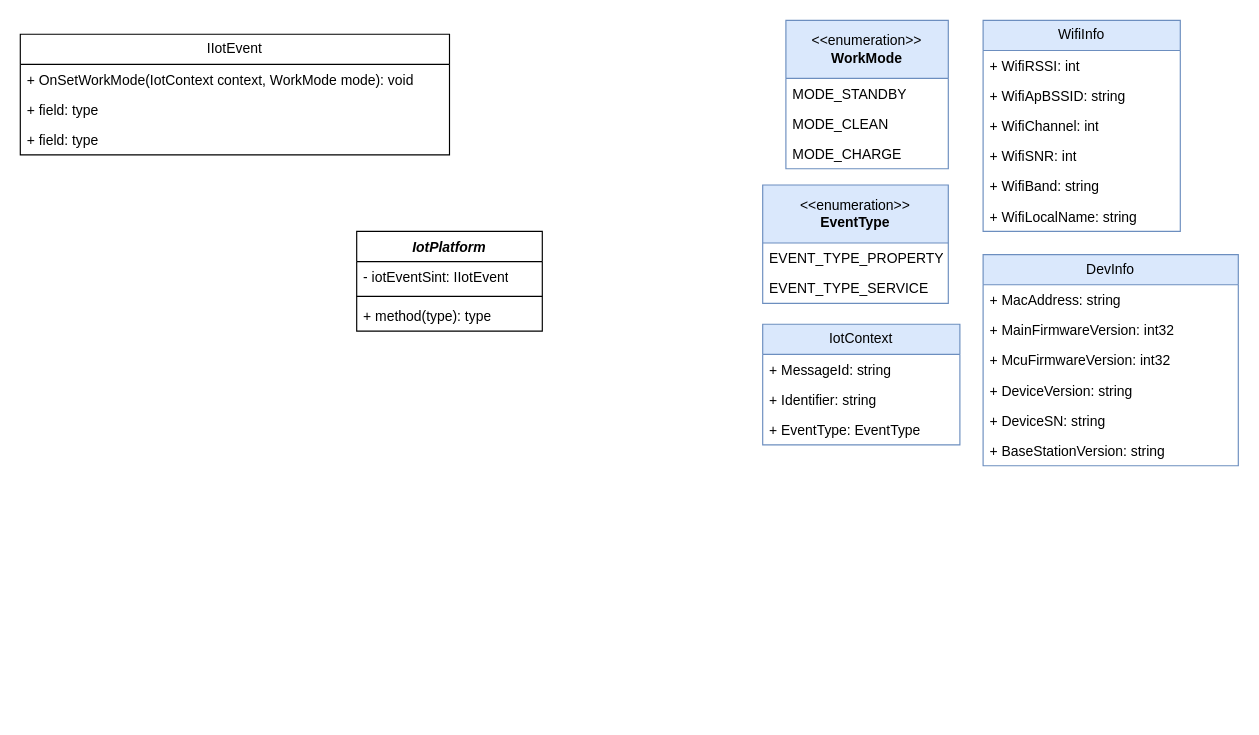
Before: 未命名绘图.drawio in xunzhaoxusanduo/1-drawio, a draw.io diagram. Source tidied: cells renumbered, new cells numbered last; positions are measured from the earlier drawing's top-left corner, leaving out a move shared by most shapes. Both pictures are drawn from the tidied source at 116%, with x=0, y=0 at pixel (20, 20).
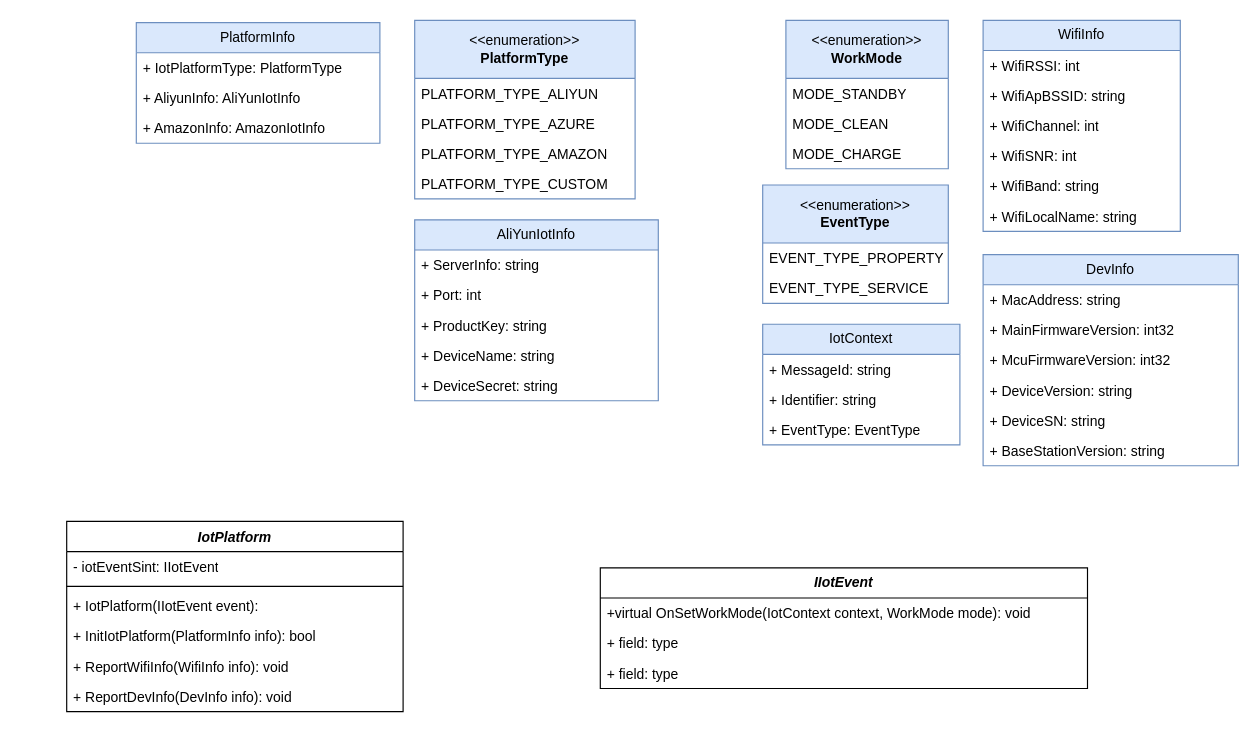
The same page after the edit.

Commit message (it also covers changes not shown here):
Update 未命名绘图.drawio

What changed in the source:
```diff
@@
-    <mxCell id="16" value="IIotEvent" style="swimlane;fontStyle=0;horizontal=1;startSize=26;fillColor=none;whiteSpace=wrap;html=1;" parent="1" vertex="1">
-      <mxGeometry y="12" width="370" height="104" as="geometry" />
+    <mxCell id="16" value="&lt;b&gt;&lt;i&gt;IIotEvent&lt;/i&gt;&lt;/b&gt;" style="swimlane;fontStyle=0;horizontal=1;startSize=26;fillColor=none;whiteSpace=wrap;html=1;" parent="1" vertex="1">
+      <mxGeometry x="500" y="472" width="420" height="104" as="geometry" />
     </mxCell>
-    <mxCell id="17" value="+ OnSetWorkMode(IotContext context, WorkMode mode): void" style="text;strokeColor=none;fillColor=none;align=left;verticalAlign=top;spacingLeft=4;spacingRight=4;overflow=hidden;whiteSpace=wrap;html=1;" parent="16" vertex="1">
-      <mxGeometry y="26" width="370" height="26" as="geometry" />
+    <mxCell id="17" value="+virtual&amp;nbsp;OnSetWorkMode(IotContext context, WorkMode mode): void" style="text;strokeColor=none;fillColor=none;align=left;verticalAlign=top;spacingLeft=4;spacingRight=4;overflow=hidden;whiteSpace=wrap;html=1;" parent="16" vertex="1">
+      <mxGeometry y="26" width="420" height="26" as="geometry" />
     </mxCell>
     <mxCell id="18" value="+ field: type" style="text;strokeColor=none;fillColor=none;align=left;verticalAlign=top;spacingLeft=4;spacingRight=4;overflow=hidden;whiteSpace=wrap;html=1;" parent="16" vertex="1">
-      <mxGeometry y="52" width="370" height="26" as="geometry" />
+      <mxGeometry y="52" width="420" height="26" as="geometry" />
     </mxCell>
     <mxCell id="19" value="+ field: type" style="text;strokeColor=none;fillColor=none;align=left;verticalAlign=top;spacingLeft=4;spacingRight=4;overflow=hidden;whiteSpace=wrap;html=1;" parent="16" vertex="1">
-      <mxGeometry y="78" width="370" height="26" as="geometry" />
+      <mxGeometry y="78" width="420" height="26" as="geometry" />
     </mxCell>
@@
     <mxCell id="31" value="&lt;i style=&quot;&quot;&gt;IotPlatform&lt;/i&gt;" style="swimlane;fontStyle=1;align=center;verticalAlign=top;horizontal=1;startSize=26;whiteSpace=wrap;html=1;" parent="1" vertex="1">
-      <mxGeometry x="290" y="182" width="160" height="86" as="geometry" />
+      <mxGeometry x="40" y="432" width="290" height="164" as="geometry" />
     </mxCell>
     <mxCell id="32" value="- iotEventSint: IIotEvent" style="text;strokeColor=none;fillColor=none;align=left;verticalAlign=top;spacingLeft=4;spacingRight=4;overflow=hidden;whiteSpace=wrap;html=1;" parent="31" vertex="1">
-      <mxGeometry y="26" width="160" height="26" as="geometry" />
+      <mxGeometry y="26" width="290" height="26" as="geometry" />
     </mxCell>
     <mxCell id="33" style="line;strokeWidth=1;fillColor=none;align=left;verticalAlign=middle;spacingTop=-1;spacingLeft=3;spacingRight=3;labelPosition=right;strokeColor=inherit;" parent="31" vertex="1">
-      <mxGeometry y="52" width="160" height="8" as="geometry" />
+      <mxGeometry y="52" width="290" height="8" as="geometry" />
     </mxCell>
-    <mxCell id="34" value="+ method(type): type" style="text;strokeColor=none;fillColor=none;align=left;verticalAlign=top;spacingLeft=4;spacingRight=4;overflow=hidden;whiteSpace=wrap;html=1;" parent="31" vertex="1">
-      <mxGeometry y="60" width="160" height="26" as="geometry" />
+    <mxCell id="34" value="+ IotPlatform(IIotEvent event):&amp;nbsp;" style="text;strokeColor=none;fillColor=none;align=left;verticalAlign=top;spacingLeft=4;spacingRight=4;overflow=hidden;whiteSpace=wrap;html=1;" parent="31" vertex="1">
+      <mxGeometry y="60" width="290" height="26" as="geometry" />
     </mxCell>
+    <mxCell id="35" value="+ InitIotPlatform(PlatformInfo info): bool" style="text;strokeColor=none;fillColor=none;align=left;verticalAlign=top;spacingLeft=4;spacingRight=4;overflow=hidden;whiteSpace=wrap;html=1;" parent="31" vertex="1">
+      <mxGeometry y="86" width="290" height="26" as="geometry" />
+    </mxCell>
+    <mxCell id="36" value="+ ReportWifiInfo(WifiInfo info): void" style="text;strokeColor=none;fillColor=none;align=left;verticalAlign=top;spacingLeft=4;spacingRight=4;overflow=hidden;whiteSpace=wrap;html=1;" parent="31" vertex="1">
+      <mxGeometry y="112" width="290" height="26" as="geometry" />
+    </mxCell>
+    <mxCell id="37" value="+ ReportDevInfo(DevInfo info): void" style="text;strokeColor=none;fillColor=none;align=left;verticalAlign=top;spacingLeft=4;spacingRight=4;overflow=hidden;whiteSpace=wrap;html=1;" parent="31" vertex="1">
+      <mxGeometry y="138" width="290" height="26" as="geometry" />
+    </mxCell>
+    <mxCell id="38" value="&amp;lt;&amp;lt;enumeration&amp;gt;&amp;gt;&lt;br&gt;&lt;b&gt;PlatformType&lt;/b&gt;" style="swimlane;fontStyle=0;horizontal=1;startSize=50;fillColor=#dae8fc;whiteSpace=wrap;html=1;strokeColor=#6c8ebf;" parent="1" vertex="1">
+      <mxGeometry x="340" width="190" height="154" as="geometry" />
+    </mxCell>
+    <mxCell id="39" value="PLATFORM_TYPE_ALIYUN" style="text;strokeColor=none;fillColor=none;align=left;verticalAlign=top;spacingLeft=4;spacingRight=4;overflow=hidden;whiteSpace=wrap;html=1;" parent="38" vertex="1">
+      <mxGeometry y="50" width="190" height="26" as="geometry" />
+    </mxCell>
+    <mxCell id="40" value="PLATFORM_TYPE_AZURE" style="text;strokeColor=none;fillColor=none;align=left;verticalAlign=top;spacingLeft=4;spacingRight=4;overflow=hidden;whiteSpace=wrap;html=1;" parent="38" vertex="1">
+      <mxGeometry y="76" width="190" height="26" as="geometry" />
+    </mxCell>
+    <mxCell id="41" value="PLATFORM_TYPE_AMAZON" style="text;strokeColor=none;fillColor=none;align=left;verticalAlign=top;spacingLeft=4;spacingRight=4;overflow=hidden;whiteSpace=wrap;html=1;" parent="38" vertex="1">
+      <mxGeometry y="102" width="190" height="26" as="geometry" />
+    </mxCell>
+    <mxCell id="42" value="PLATFORM_TYPE_CUSTOM" style="text;strokeColor=none;fillColor=none;align=left;verticalAlign=top;spacingLeft=4;spacingRight=4;overflow=hidden;whiteSpace=wrap;html=1;" parent="38" vertex="1">
+      <mxGeometry y="128" width="190" height="26" as="geometry" />
+    </mxCell>
+    <mxCell id="43" value="PlatformInfo" style="swimlane;fontStyle=0;horizontal=1;startSize=26;fillColor=#dae8fc;whiteSpace=wrap;html=1;strokeColor=#6c8ebf;" parent="1" vertex="1">
+      <mxGeometry x="100" y="2" width="210" height="104" as="geometry" />
+    </mxCell>
+    <mxCell id="44" value="+ IotPlatformType: PlatformType" style="text;strokeColor=none;fillColor=none;align=left;verticalAlign=top;spacingLeft=4;spacingRight=4;overflow=hidden;whiteSpace=wrap;html=1;" parent="43" vertex="1">
+      <mxGeometry y="26" width="210" height="26" as="geometry" />
+    </mxCell>
+    <mxCell id="45" value="+ AliyunInfo: AliYunIotInfo" style="text;strokeColor=none;fillColor=none;align=left;verticalAlign=top;spacingLeft=4;spacingRight=4;overflow=hidden;whiteSpace=wrap;html=1;" parent="43" vertex="1">
+      <mxGeometry y="52" width="210" height="26" as="geometry" />
+    </mxCell>
+    <mxCell id="46" value="+ AmazonInfo: AmazonIotInfo&amp;nbsp;" style="text;strokeColor=none;fillColor=none;align=left;verticalAlign=top;spacingLeft=4;spacingRight=4;overflow=hidden;whiteSpace=wrap;html=1;" parent="43" vertex="1">
+      <mxGeometry y="78" width="210" height="26" as="geometry" />
+    </mxCell>
+    <mxCell id="47" value="AliYunIotInfo" style="swimlane;fontStyle=0;horizontal=1;startSize=26;fillColor=#dae8fc;whiteSpace=wrap;html=1;strokeColor=#6c8ebf;" parent="1" vertex="1">
+      <mxGeometry x="340" y="172" width="210" height="156" as="geometry" />
+    </mxCell>
+    <mxCell id="48" value="+ ServerInfo: string" style="text;strokeColor=none;fillColor=none;align=left;verticalAlign=top;spacingLeft=4;spacingRight=4;overflow=hidden;whiteSpace=wrap;html=1;" parent="47" vertex="1">
+      <mxGeometry y="26" width="210" height="26" as="geometry" />
+    </mxCell>
+    <mxCell id="49" value="+ Port: int" style="text;strokeColor=none;fillColor=none;align=left;verticalAlign=top;spacingLeft=4;spacingRight=4;overflow=hidden;whiteSpace=wrap;html=1;" parent="47" vertex="1">
+      <mxGeometry y="52" width="210" height="26" as="geometry" />
+    </mxCell>
+    <mxCell id="50" value="+ ProductKey: string" style="text;strokeColor=none;fillColor=none;align=left;verticalAlign=top;spacingLeft=4;spacingRight=4;overflow=hidden;whiteSpace=wrap;html=1;" parent="47" vertex="1">
+      <mxGeometry y="78" width="210" height="26" as="geometry" />
+    </mxCell>
+    <mxCell id="51" value="+ DeviceName: string" style="text;strokeColor=none;fillColor=none;align=left;verticalAlign=top;spacingLeft=4;spacingRight=4;overflow=hidden;whiteSpace=wrap;html=1;" parent="47" vertex="1">
+      <mxGeometry y="104" width="210" height="26" as="geometry" />
+    </mxCell>
+    <mxCell id="52" value="+ DeviceSecret: string" style="text;strokeColor=none;fillColor=none;align=left;verticalAlign=top;spacingLeft=4;spacingRight=4;overflow=hidden;whiteSpace=wrap;html=1;" parent="47" vertex="1">
+      <mxGeometry y="130" width="210" height="26" as="geometry" />
+    </mxCell>
```
